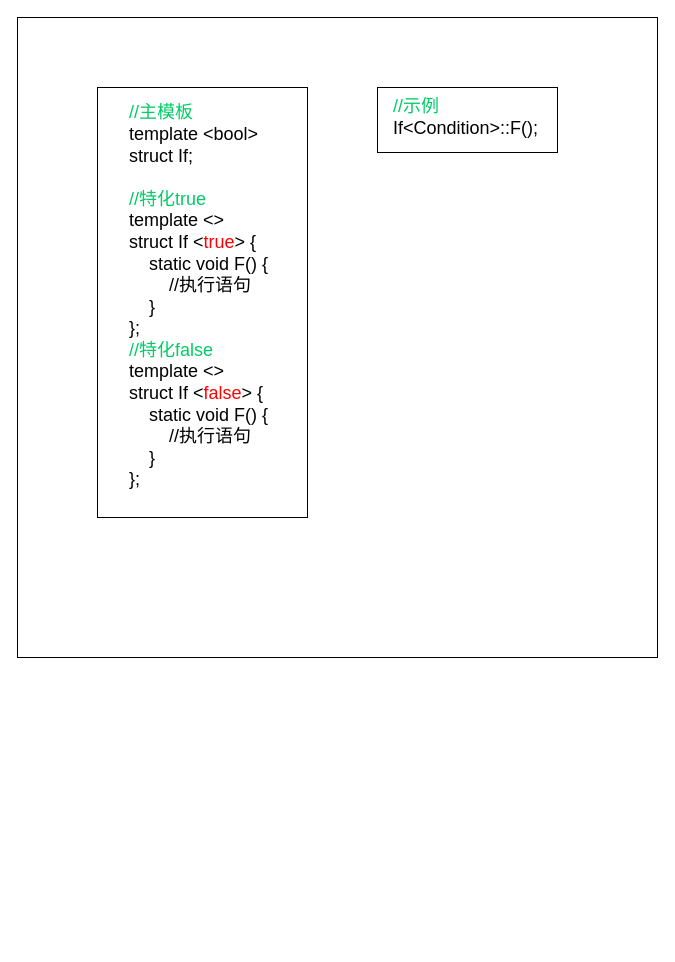
Earlier version of the draw.io diagram Untitled Diagram.drawio (TxtpGame/TxtpGame.github.io). Source tidied: cells renumbered, new cells numbered last; positions are measured from the earlier drawing's top-left corner, leaving out a move shared by most shapes. Both pictures are drawn from the tidied source at 100%, with x=0, y=0 at pixel (17, 17).
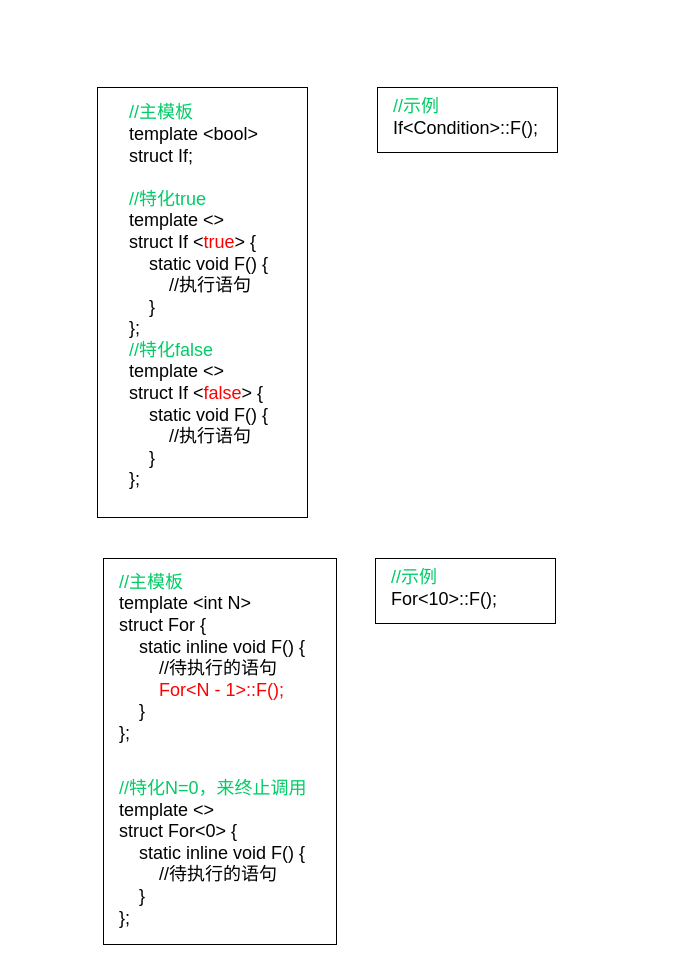
The same diagram, later.

What changed in the source:
```diff
@@
 <mxGraphModel>
   <root>
     <mxCell id="0" />
     <mxCell id="1" parent="0" />
-    <mxCell id="2" style="whiteSpace=wrap;html=1;" parent="1" vertex="1">
-      <mxGeometry width="640" height="640" as="geometry" />
-    </mxCell>
     <mxCell id="3" style="rounded=0;whiteSpace=wrap;html=1;fontSize=18;fontColor=#00CC66;" parent="1" vertex="1">
       <mxGeometry x="80" y="70" width="210" height="430" as="geometry" />
     </mxCell>
     <mxCell id="4" value="&lt;div&gt;&lt;span style=&quot;font-size: 18px&quot;&gt;&lt;font color=&quot;#00cc66&quot;&gt;//主模板&lt;/font&gt;&lt;/span&gt;&lt;/div&gt;&lt;div&gt;&lt;span style=&quot;font-size: 18px&quot;&gt;template &amp;lt;bool&amp;gt;&lt;/span&gt;&lt;/div&gt;&lt;div&gt;&lt;span style=&quot;font-size: 18px&quot;&gt;struct If;&lt;/span&gt;&lt;/div&gt;&lt;div&gt;&lt;span style=&quot;font-size: 18px&quot;&gt;&lt;br&gt;&lt;/span&gt;&lt;/div&gt;&lt;div&gt;&lt;span style=&quot;font-size: 18px&quot;&gt;&lt;font color=&quot;#00cc66&quot;&gt;//特化true&lt;/font&gt;&lt;/span&gt;&lt;/div&gt;&lt;div&gt;&lt;span style=&quot;font-size: 18px&quot;&gt;template &amp;lt;&amp;gt;&lt;/span&gt;&lt;/div&gt;&lt;div&gt;&lt;span style=&quot;font-size: 18px&quot;&gt;struct If &amp;lt;&lt;font color=&quot;#ff0000&quot;&gt;true&lt;/font&gt;&amp;gt; {&lt;/span&gt;&lt;/div&gt;&lt;div&gt;&lt;span style=&quot;font-size: 18px&quot;&gt;&lt;span&gt;&lt;/span&gt;&amp;nbsp; &amp;nbsp; static void F() {&lt;/span&gt;&lt;/div&gt;&lt;div&gt;&lt;span style=&quot;font-size: 18px&quot;&gt;&lt;span&gt;&lt;/span&gt;&amp;nbsp; &amp;nbsp; &amp;nbsp; &amp;nbsp; //执行语句&lt;/span&gt;&lt;/div&gt;&lt;div&gt;&lt;span style=&quot;font-size: 18px&quot;&gt;&lt;span&gt;&lt;/span&gt;&amp;nbsp; &amp;nbsp; }&lt;/span&gt;&lt;/div&gt;&lt;div&gt;&lt;span style=&quot;font-size: 18px&quot;&gt;};&lt;/span&gt;&lt;/div&gt;&lt;div&gt;&lt;span style=&quot;font-size: 18px&quot;&gt;&lt;font color=&quot;#00cc66&quot;&gt;//特化false&lt;/font&gt;&lt;/span&gt;&lt;/div&gt;&lt;div&gt;&lt;span style=&quot;font-size: 18px&quot;&gt;template &amp;lt;&amp;gt;&lt;/span&gt;&lt;/div&gt;&lt;div&gt;&lt;span style=&quot;font-size: 18px&quot;&gt;struct If &amp;lt;&lt;font color=&quot;#ff0000&quot;&gt;false&lt;/font&gt;&amp;gt; {&lt;/span&gt;&lt;/div&gt;&lt;div&gt;&lt;span style=&quot;font-size: 18px&quot;&gt;&lt;span&gt;&lt;/span&gt;&amp;nbsp; &amp;nbsp; static void F() {&lt;/span&gt;&lt;/div&gt;&lt;div&gt;&lt;span style=&quot;font-size: 18px&quot;&gt;&lt;span&gt;&lt;/span&gt;&amp;nbsp; &amp;nbsp; &amp;nbsp; &amp;nbsp; //执行语句&lt;/span&gt;&lt;/div&gt;&lt;div&gt;&lt;span style=&quot;font-size: 18px&quot;&gt;&lt;span&gt;&lt;/span&gt;&amp;nbsp; &amp;nbsp; }&lt;/span&gt;&lt;/div&gt;&lt;div&gt;&lt;span style=&quot;font-size: 18px&quot;&gt;};&lt;/span&gt;&lt;/div&gt;&lt;div&gt;&lt;span style=&quot;font-size: 18px&quot;&gt;&lt;br&gt;&lt;/span&gt;&lt;/div&gt;" style="text;html=1;strokeColor=none;fillColor=none;align=left;verticalAlign=middle;whiteSpace=wrap;rounded=0;" parent="1" vertex="1">
       <mxGeometry x="110" y="80" width="250" height="420" as="geometry" />
     </mxCell>
     <mxCell id="5" style="rounded=0;whiteSpace=wrap;html=1;fontSize=18;fontColor=#FF0000;" parent="1" vertex="1">
       <mxGeometry x="360" y="70" width="180" height="65" as="geometry" />
     </mxCell>
     <mxCell id="6" value="&lt;font color=&quot;#00cc66&quot;&gt;//示例&lt;/font&gt;&lt;br&gt;&lt;div&gt;&lt;span&gt;If&amp;lt;Condition&amp;gt;::F();&lt;/span&gt;&lt;/div&gt;" style="text;html=1;strokeColor=none;fillColor=none;align=left;verticalAlign=middle;whiteSpace=wrap;rounded=0;fontSize=18;" parent="1" vertex="1">
       <mxGeometry x="374" y="75" width="180" height="50" as="geometry" />
     </mxCell>
+    <mxCell id="7" style="rounded=0;whiteSpace=wrap;html=1;" parent="1" vertex="1">
+      <mxGeometry x="86" y="541" width="233" height="386" as="geometry" />
+    </mxCell>
+    <mxCell id="8" value="&lt;pre&gt;&lt;font style=&quot;font-size: 18px&quot; face=&quot;Helvetica&quot;&gt;&lt;font color=&quot;#00cc66&quot;&gt;//主模板&lt;/font&gt;&lt;br&gt;template &amp;lt;int N&amp;gt;&lt;br&gt;struct For {&lt;br&gt;    static inline void F() {&lt;br&gt;        //待执行的语句&lt;br&gt;        &lt;font color=&quot;#ff0000&quot;&gt;For&amp;lt;N - 1&amp;gt;::F();&lt;/font&gt;&lt;br&gt;    }&lt;br&gt;};&lt;/font&gt;&lt;/pre&gt;&lt;pre&gt;&lt;font style=&quot;font-size: 18px&quot; face=&quot;Helvetica&quot;&gt;&lt;br&gt;&lt;font color=&quot;#00cc66&quot;&gt;//特化N=0，来终止调用&lt;/font&gt;&lt;br&gt;template &amp;lt;&amp;gt;&lt;br&gt;struct For&amp;lt;0&amp;gt; {&lt;br&gt;    static inline void F() {&lt;br&gt;        //待执行的语句&lt;br&gt;    }&lt;br&gt;};&lt;/font&gt;&lt;/pre&gt;" style="text;html=1;strokeColor=none;fillColor=none;align=left;verticalAlign=middle;whiteSpace=wrap;rounded=0;" parent="1" vertex="1">
+      <mxGeometry x="100" y="546" width="251" height="373" as="geometry" />
+    </mxCell>
+    <mxCell id="9" style="rounded=0;whiteSpace=wrap;html=1;fontSize=18;fontColor=#FF0000;" parent="1" vertex="1">
+      <mxGeometry x="358" y="541" width="180" height="65" as="geometry" />
+    </mxCell>
+    <mxCell id="10" value="&lt;font color=&quot;#00cc66&quot;&gt;//示例&lt;/font&gt;&lt;br&gt;&lt;div&gt;&lt;span&gt; &lt;/span&gt;For&amp;lt;10&amp;gt;::F();&lt;br&gt;&lt;/div&gt;" style="text;html=1;strokeColor=none;fillColor=none;align=left;verticalAlign=middle;whiteSpace=wrap;rounded=0;fontSize=18;" parent="1" vertex="1">
+      <mxGeometry x="372" y="546" width="180" height="50" as="geometry" />
+    </mxCell>
   </root>
 </mxGraphModel>
```
